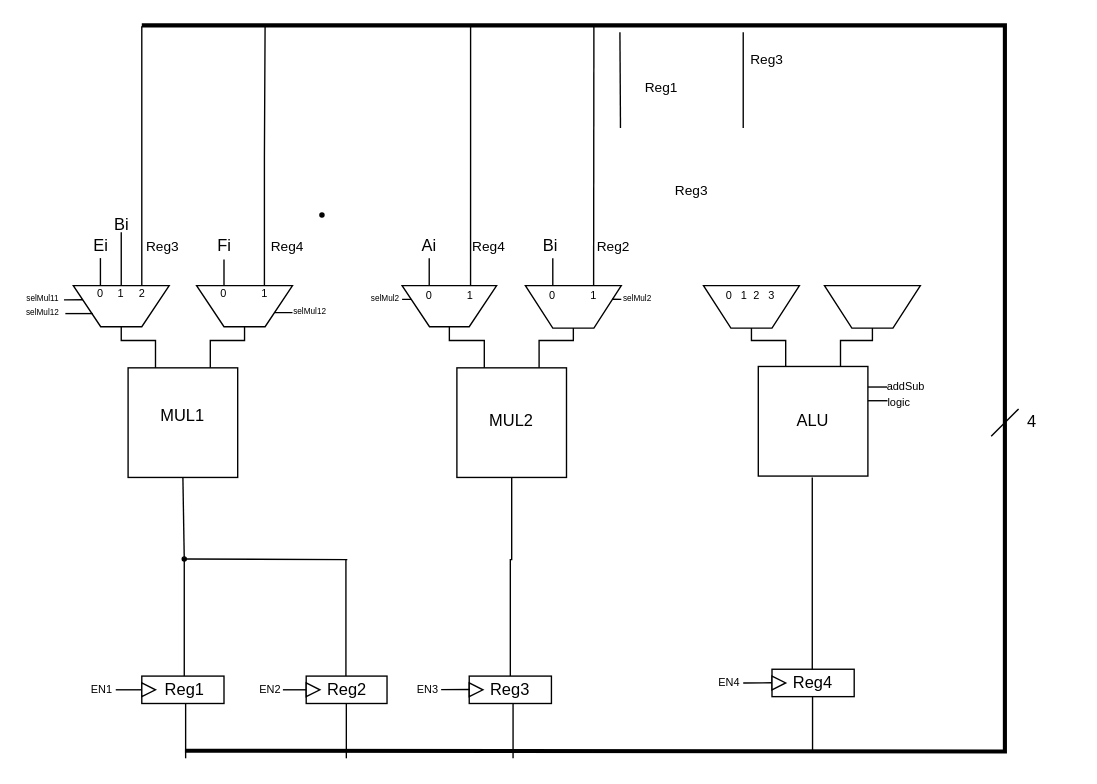
This is Untitled Diagram.drawio from FranciscoPRosa/NEEC_test, a draw.io file, before an edit. Source tidied: cells renumbered, new cells numbered last; positions are measured from the earlier drawing's top-left corner, leaving out a move shared by most shapes. Both pictures are drawn from the tidied source at 137%, with x=0, y=0 at pixel (22, 25).
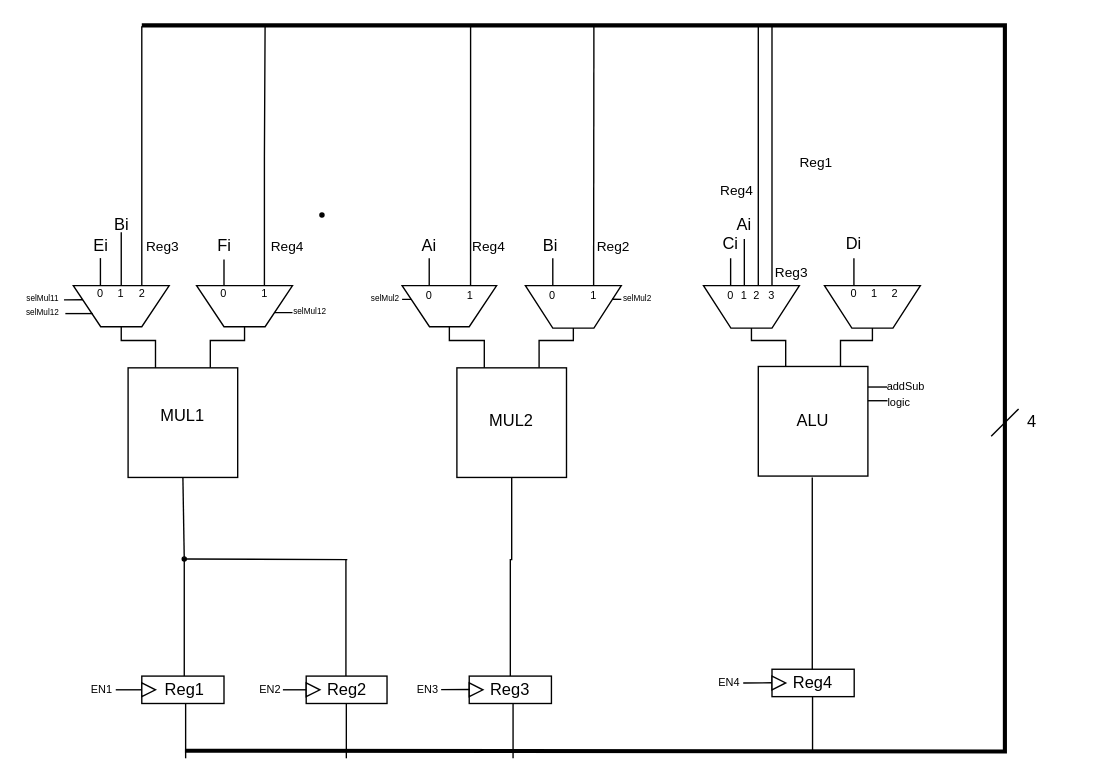
Above is the later version.

Unchanged cells that the change refers to:
```xml
<mxCell id="95" style="shape=trapezoid;perimeter=trapezoidPerimeter;whiteSpace=wrap;html=1;fixedSize=1;direction=west;" parent="1" vertex="1">
  <mxGeometry x="497" y="190" width="70" height="31" as="geometry" />
</mxCell>
```

What changed in the source:
```diff
@@
-    <mxCell id="35" style="endArrow=none;html=1;rounded=0;" parent="1" edge="1">
-      <mxGeometry relative="1" as="geometry">
-        <mxPoint x="436.4" y="75" as="sourcePoint" />
-        <mxPoint x="436" y="5" as="targetPoint" />
-      </mxGeometry>
-    </mxCell>
     <mxCell id="36" style="endArrow=none;html=1;rounded=0;" parent="1" edge="1">
       <mxGeometry relative="1" as="geometry">
-        <mxPoint x="526" y="75" as="sourcePoint" />
-        <mxPoint x="526" y="5" as="targetPoint" />
+        <mxPoint x="537" y="190" as="sourcePoint" />
+        <mxPoint x="537" as="targetPoint" />
       </mxGeometry>
     </mxCell>
@@
     <mxCell id="42" value="&lt;span style=&quot;font-size: 10px;&quot;&gt;Reg3&lt;/span&gt;" style="text;html=1;align=center;verticalAlign=middle;whiteSpace=wrap;rounded=0;" parent="1" vertex="1">
-      <mxGeometry x="471" y="110" width="35" height="20" as="geometry" />
+      <mxGeometry x="546" y="170" width="31" height="20" as="geometry" />
     </mxCell>
@@
     <mxCell id="44" value="&lt;span style=&quot;font-size: 10px;&quot;&gt;Reg1&lt;/span&gt;" style="text;html=1;align=center;verticalAlign=middle;whiteSpace=wrap;rounded=0;" parent="1" vertex="1">
-      <mxGeometry x="448.5" y="35" width="35" height="20" as="geometry" />
+      <mxGeometry x="562" y="90" width="35" height="20" as="geometry" />
     </mxCell>
-    <mxCell id="45" value="&lt;span style=&quot;font-size: 10px;&quot;&gt;Reg3&lt;/span&gt;" style="text;html=1;align=center;verticalAlign=middle;whiteSpace=wrap;rounded=0;" parent="1" vertex="1">
-      <mxGeometry x="526" y="15" width="35" height="20" as="geometry" />
+    <mxCell id="45" value="&lt;span style=&quot;font-size: 10px;&quot;&gt;Reg4&lt;/span&gt;" style="text;html=1;align=center;verticalAlign=middle;whiteSpace=wrap;rounded=0;" parent="1" vertex="1">
+      <mxGeometry x="506" y="110" width="31" height="20" as="geometry" />
     </mxCell>
@@
     <mxCell id="99" value="&lt;font style=&quot;font-size: 8px;&quot;&gt;0&lt;/font&gt;" style="text;html=1;align=center;verticalAlign=middle;whiteSpace=wrap;rounded=0;" parent="1" vertex="1">
-      <mxGeometry x="506" y="191" width="20" height="10" as="geometry" />
+      <mxGeometry x="507" y="191" width="20" height="10" as="geometry" />
     </mxCell>
@@
+    <mxCell id="106" value="&lt;font style=&quot;font-size: 8px;&quot;&gt;0&lt;/font&gt;" style="text;html=1;align=center;verticalAlign=middle;whiteSpace=wrap;rounded=0;" parent="1" vertex="1">
+      <mxGeometry x="597" y="190" width="20" height="10" as="geometry" />
+    </mxCell>
+    <mxCell id="107" value="&lt;font style=&quot;font-size: 8px;&quot;&gt;1&lt;/font&gt;" style="text;html=1;align=center;verticalAlign=middle;whiteSpace=wrap;rounded=0;" parent="1" vertex="1">
+      <mxGeometry x="617" y="190" width="10" height="10" as="geometry" />
+    </mxCell>
+    <mxCell id="108" value="&lt;font style=&quot;font-size: 8px;&quot;&gt;2&lt;/font&gt;" style="text;html=1;align=center;verticalAlign=middle;whiteSpace=wrap;rounded=0;" parent="1" vertex="1">
+      <mxGeometry x="627" y="190" width="20" height="10" as="geometry" />
+    </mxCell>
+    <mxCell id="109" value="Ci" style="text;html=1;align=center;verticalAlign=middle;whiteSpace=wrap;rounded=0;" parent="1" vertex="1">
+      <mxGeometry x="507" y="150" width="19.6" height="20" as="geometry" />
+    </mxCell>
+    <mxCell id="110" style="edgeStyle=orthogonalEdgeStyle;rounded=0;jettySize=auto;html=1;entryX=0.717;entryY=1;entryDx=0;entryDy=0;entryPerimeter=0;endArrow=none;endFill=0;exitX=0.5;exitY=1;exitDx=0;exitDy=0;" parent="1" edge="1" source="109" target="95">
+      <mxGeometry relative="1" as="geometry" />
+    </mxCell>
+    <mxCell id="111" value="Ai" style="text;html=1;align=center;verticalAlign=middle;whiteSpace=wrap;rounded=0;" parent="1" vertex="1">
+      <mxGeometry x="517" y="136" width="19.6" height="20" as="geometry" />
+    </mxCell>
+    <mxCell id="112" style="edgeStyle=orthogonalEdgeStyle;rounded=0;jettySize=auto;html=1;entryX=0.574;entryY=1;entryDx=0;entryDy=0;entryPerimeter=0;endArrow=none;endFill=0;" parent="1" edge="1" source="111" target="95">
+      <mxGeometry relative="1" as="geometry" />
+    </mxCell>
+    <mxCell id="113" style="endArrow=none;html=1;rounded=0;" parent="1" edge="1">
+      <mxGeometry relative="1" as="geometry">
+        <mxPoint x="547" y="190" as="sourcePoint" />
+        <mxPoint x="547" as="targetPoint" />
+      </mxGeometry>
+    </mxCell>
+    <mxCell id="114" style="edgeStyle=orthogonalEdgeStyle;rounded=0;jettySize=auto;html=1;endArrow=none;endFill=0;" parent="1" edge="1" source="115">
+      <mxGeometry relative="1" as="geometry">
+        <mxPoint x="606.8" y="180" as="targetPoint" />
+      </mxGeometry>
+    </mxCell>
+    <mxCell id="115" value="Di" style="text;html=1;align=center;verticalAlign=middle;whiteSpace=wrap;rounded=0;" parent="1" vertex="1">
+      <mxGeometry x="597" y="150" width="19.6" height="20" as="geometry" />
+    </mxCell>
```
